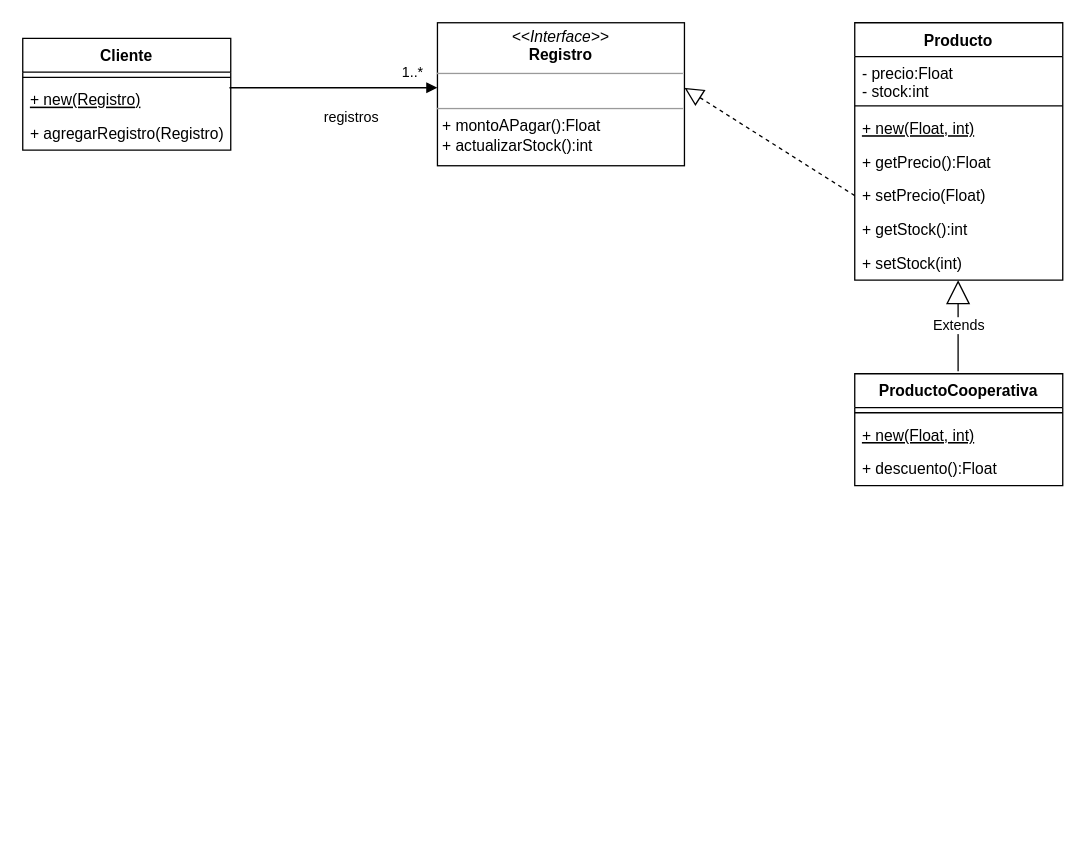
Above: unq-po2-tp5-mercadoCentral.drawio in nhubczyk/Diagramas-UML (draw.io), before the change. Source tidied: cells renumbered, new cells numbered last; positions are measured from the earlier drawing's top-left corner, leaving out a move shared by most shapes. Both pictures are drawn from the tidied source at 130%, with x=0, y=0 at pixel (22, 22).
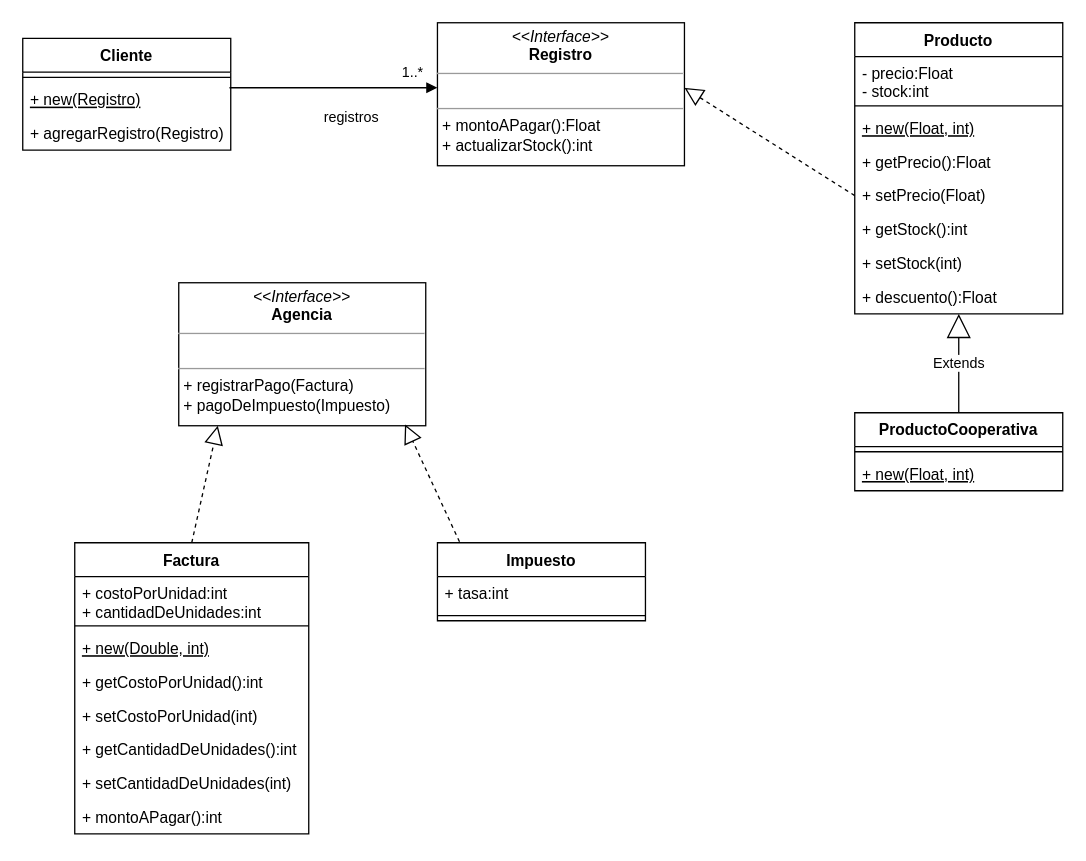
Above is the later version.

The edit, as a diff of the source:
```diff
@@
     <mxCell id="9" value="Producto" style="swimlane;fontStyle=1;align=center;verticalAlign=top;horizontal=1;startSize=26;" parent="1" vertex="1">
-      <mxGeometry x="640" width="160" height="198" as="geometry" />
+      <mxGeometry x="640" width="160" height="224" as="geometry" />
     </mxCell>
@@
+    <mxCell id="20" value="+ descuento():Float" style="text;strokeColor=none;fillColor=none;align=left;verticalAlign=top;spacingLeft=4;spacingRight=4;overflow=hidden;fontStyle=0;" parent="9" vertex="1">
+      <mxGeometry y="198" width="160" height="26" as="geometry" />
+    </mxCell>
     <mxCell id="17" value="ProductoCooperativa" style="swimlane;fontStyle=1;align=center;verticalAlign=top;horizontal=1;startSize=26;" parent="1" vertex="1">
-      <mxGeometry x="640" y="270" width="160" height="86" as="geometry" />
+      <mxGeometry x="640" y="300" width="160" height="60" as="geometry" />
     </mxCell>
@@
-    <mxCell id="20" value="+ descuento():Float" style="text;strokeColor=none;fillColor=none;align=left;verticalAlign=top;spacingLeft=4;spacingRight=4;overflow=hidden;fontStyle=0;" parent="17" vertex="1">
-      <mxGeometry y="60" width="160" height="26" as="geometry" />
-    </mxCell>
-    <mxCell id="21" value="Extends" style="endArrow=block;endSize=16;endFill=0;html=1;rounded=0;" parent="1" edge="1">
+    <mxCell id="21" value="Extends" style="endArrow=block;endSize=16;endFill=0;html=1;rounded=0;exitX=0.5;exitY=0;exitDx=0;exitDy=0;exitPerimeter=0;" parent="1" edge="1" source="17">
       <mxGeometry relative="1" as="geometry">
-        <mxPoint x="719.5" y="268" as="sourcePoint" />
-        <mxPoint x="719.5" y="198" as="targetPoint" />
+        <mxPoint x="720" y="224" as="targetPoint" />
       </mxGeometry>
     </mxCell>
@@
+    <mxCell id="23" value="&lt;p style=&quot;margin:0px;margin-top:4px;text-align:center;&quot;&gt;&lt;i&gt;&amp;lt;&amp;lt;Interface&amp;gt;&amp;gt;&lt;/i&gt;&lt;br&gt;&lt;b&gt;Agencia&lt;/b&gt;&lt;/p&gt;&lt;hr size=&quot;1&quot;&gt;&lt;p style=&quot;margin:0px;margin-left:4px;&quot;&gt;&lt;br&gt;&lt;/p&gt;&lt;hr size=&quot;1&quot;&gt;&lt;p style=&quot;margin:0px;margin-left:4px;&quot;&gt;+ registrarPago(Factura)&lt;/p&gt;&lt;p style=&quot;margin:0px;margin-left:4px;&quot;&gt;+ pagoDeImpuesto(Impuesto)&lt;br&gt;&lt;br&gt;&lt;/p&gt;" style="verticalAlign=top;align=left;overflow=fill;fontSize=12;fontFamily=Helvetica;html=1;" parent="1" vertex="1">
+      <mxGeometry x="120" y="200" width="190" height="110" as="geometry" />
+    </mxCell>
+    <mxCell id="24" value="Factura" style="swimlane;fontStyle=1;align=center;verticalAlign=top;horizontal=1;startSize=26;" parent="1" vertex="1">
+      <mxGeometry x="40" y="400" width="180" height="224" as="geometry" />
+    </mxCell>
+    <mxCell id="25" value="+ costoPorUnidad:int&#10;+ cantidadDeUnidades:int&#10;" style="text;strokeColor=none;fillColor=none;align=left;verticalAlign=top;spacingLeft=4;spacingRight=4;overflow=hidden;" parent="24" vertex="1">
+      <mxGeometry y="26" width="180" height="34" as="geometry" />
+    </mxCell>
+    <mxCell id="26" style="line;strokeWidth=1;fillColor=none;align=left;verticalAlign=middle;spacingTop=-1;spacingLeft=3;spacingRight=3;labelPosition=right;strokeColor=inherit;" parent="24" vertex="1">
+      <mxGeometry y="60" width="180" height="8" as="geometry" />
+    </mxCell>
+    <mxCell id="27" value="+ new(Double, int)" style="text;strokeColor=none;fillColor=none;align=left;verticalAlign=top;spacingLeft=4;spacingRight=4;overflow=hidden;fontStyle=4;" parent="24" vertex="1">
+      <mxGeometry y="68" width="180" height="26" as="geometry" />
+    </mxCell>
+    <mxCell id="28" value="+ getCostoPorUnidad():int&#10;" style="text;strokeColor=none;fillColor=none;align=left;verticalAlign=top;spacingLeft=4;spacingRight=4;overflow=hidden;" parent="24" vertex="1">
+      <mxGeometry y="94" width="180" height="26" as="geometry" />
+    </mxCell>
+    <mxCell id="29" value="+ setCostoPorUnidad(int)&#10;" style="text;strokeColor=none;fillColor=none;align=left;verticalAlign=top;spacingLeft=4;spacingRight=4;overflow=hidden;" parent="24" vertex="1">
+      <mxGeometry y="120" width="180" height="26" as="geometry" />
+    </mxCell>
+    <mxCell id="30" value="+ getCantidadDeUnidades():int&#10;" style="text;strokeColor=none;fillColor=none;align=left;verticalAlign=top;spacingLeft=4;spacingRight=4;overflow=hidden;" parent="24" vertex="1">
+      <mxGeometry y="146" width="180" height="26" as="geometry" />
+    </mxCell>
+    <mxCell id="31" value="+ setCantidadDeUnidades(int)&#10;" style="text;strokeColor=none;fillColor=none;align=left;verticalAlign=top;spacingLeft=4;spacingRight=4;overflow=hidden;" parent="24" vertex="1">
+      <mxGeometry y="172" width="180" height="26" as="geometry" />
+    </mxCell>
+    <mxCell id="32" value="+ montoAPagar():int" style="text;strokeColor=none;fillColor=none;align=left;verticalAlign=top;spacingLeft=4;spacingRight=4;overflow=hidden;" parent="24" vertex="1">
+      <mxGeometry y="198" width="180" height="26" as="geometry" />
+    </mxCell>
+    <mxCell id="33" value="Impuesto" style="swimlane;fontStyle=1;align=center;verticalAlign=top;horizontal=1;startSize=26;" parent="1" vertex="1">
+      <mxGeometry x="319" y="400" width="160" height="60" as="geometry" />
+    </mxCell>
+    <mxCell id="34" value="+ tasa:int" style="text;strokeColor=none;fillColor=none;align=left;verticalAlign=top;spacingLeft=4;spacingRight=4;overflow=hidden;" parent="33" vertex="1">
+      <mxGeometry y="26" width="160" height="26" as="geometry" />
+    </mxCell>
+    <mxCell id="35" style="line;strokeWidth=1;fillColor=none;align=left;verticalAlign=middle;spacingTop=-1;spacingLeft=3;spacingRight=3;labelPosition=right;strokeColor=inherit;" parent="33" vertex="1">
+      <mxGeometry y="52" width="160" height="8" as="geometry" />
+    </mxCell>
+    <mxCell id="36" style="endArrow=block;dashed=1;endFill=0;endSize=12;html=1;rounded=0;entryX=0.158;entryY=1;entryDx=0;entryDy=0;entryPerimeter=0;exitX=0.5;exitY=0;exitDx=0;exitDy=0;" parent="1" edge="1" source="24" target="23">
+      <mxGeometry relative="1" as="geometry" />
+    </mxCell>
+    <mxCell id="37" style="endArrow=block;dashed=1;endFill=0;endSize=12;html=1;rounded=0;entryX=0.916;entryY=0.991;entryDx=0;entryDy=0;entryPerimeter=0;exitX=0.106;exitY=-0.012;exitDx=0;exitDy=0;exitPerimeter=0;" parent="1" edge="1" source="33" target="23">
+      <mxGeometry relative="1" as="geometry" />
+    </mxCell>
```
